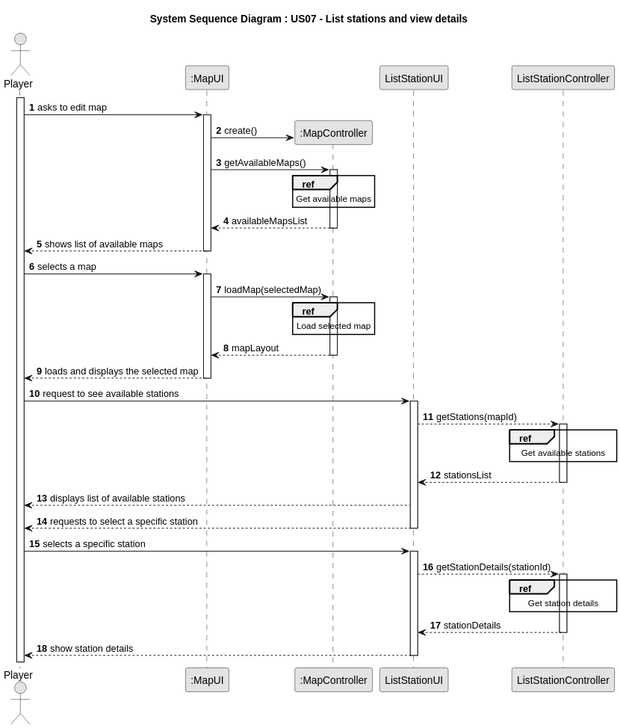
The PlantUML diagram docs/system-documentation/Sprint 2/US07/03.design/svg/US07-SD-split.svg in HenriqueSilva18/Railway-Network-Simulator, before a commit.
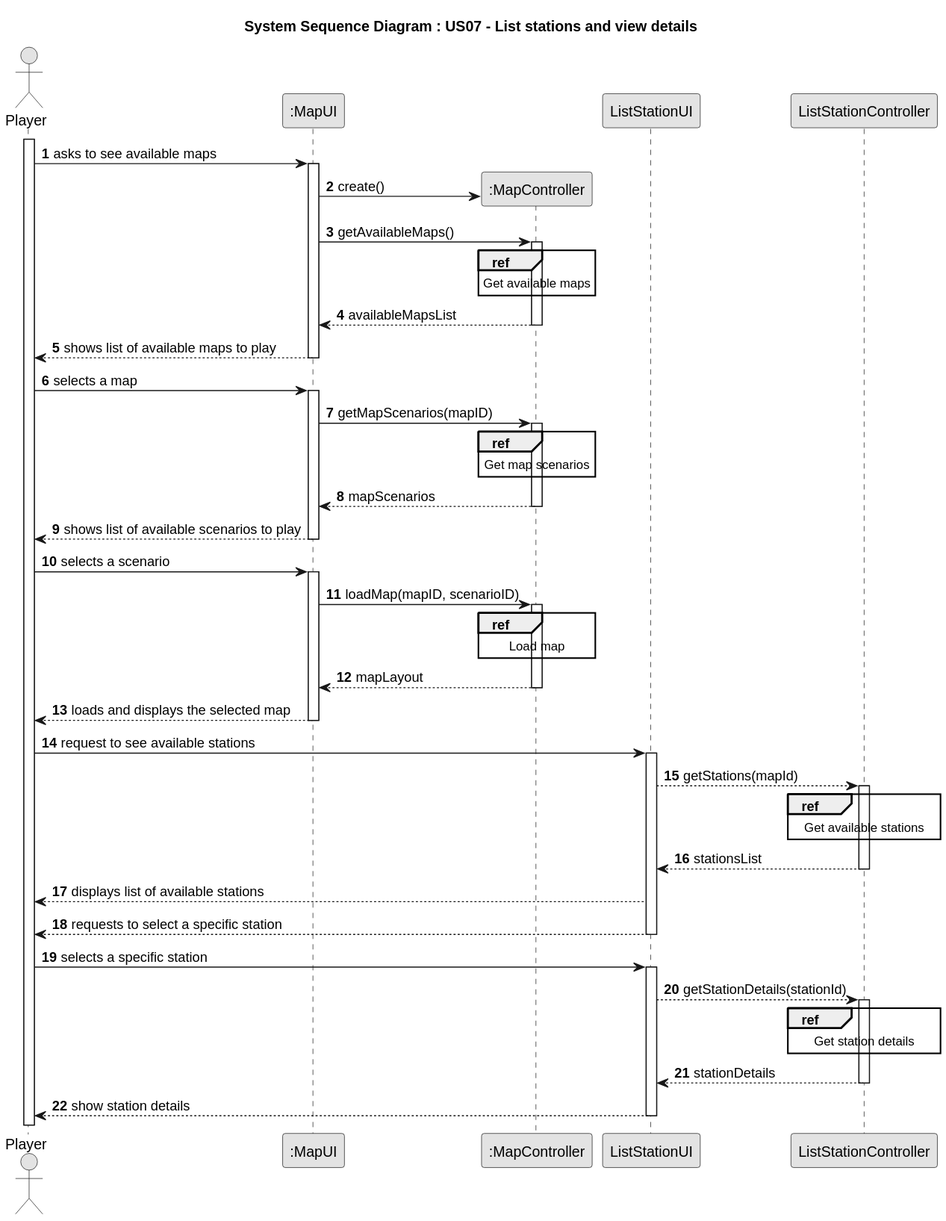
Above is the later version.

Diff of the diagram source:
```diff
@@ -14,39 +14,42 @@
 
 
 activate Player
-Player -> mapUI : asks to edit map
 
+    Player -> mapUI: asks to see available maps
         activate mapUI
-            mapUI -> mapCTRL**: create()
-            mapUI -> mapCTRL: getAvailableMaps()
-
+        mapUI -> mapCTRL**: create()
+        mapUI -> mapCTRL: getAvailableMaps()
             activate mapCTRL
                 ref over mapCTRL
-                Get available maps
+                    Get available maps
                 end
-                mapCTRL --> mapUI: availableMapsList
+            mapCTRL --> mapUI: availableMapsList
             deactivate mapCTRL
-
-            mapUI --> Player: shows list of available maps
+        mapUI --> Player: shows list of available maps to play
         deactivate mapUI
 
     Player -> mapUI: selects a map
         activate mapUI
+        mapUI -> mapCTRL: getMapScenarios(mapID)
+            activate mapCTRL
+                ref over mapCTRL
+                    Get map scenarios
+                end
+            mapCTRL --> mapUI: mapScenarios
+            deactivate mapCTRL
+        mapUI --> Player: shows list of available scenarios to play
+        deactivate mapUI
+    Player -> mapUI: selects a scenario
 
-            mapUI -> mapCTRL: loadMap(selectedMap)
+        activate mapUI
+        mapUI -> mapCTRL: loadMap(mapID, scenarioID)
             activate mapCTRL
-
                 ref over mapCTRL
-                Load selected map
+                    Load map
                 end
-
-                mapCTRL --> mapUI: mapLayout
-
+            mapCTRL --> mapUI: mapLayout
             deactivate mapCTRL
-
-            mapUI --> Player: loads and displays the selected map
-
-
+        mapUI --> Player: loads and displays the selected map
         deactivate mapUI
 
 Player -> ListStationUI : request to see available stations
```
